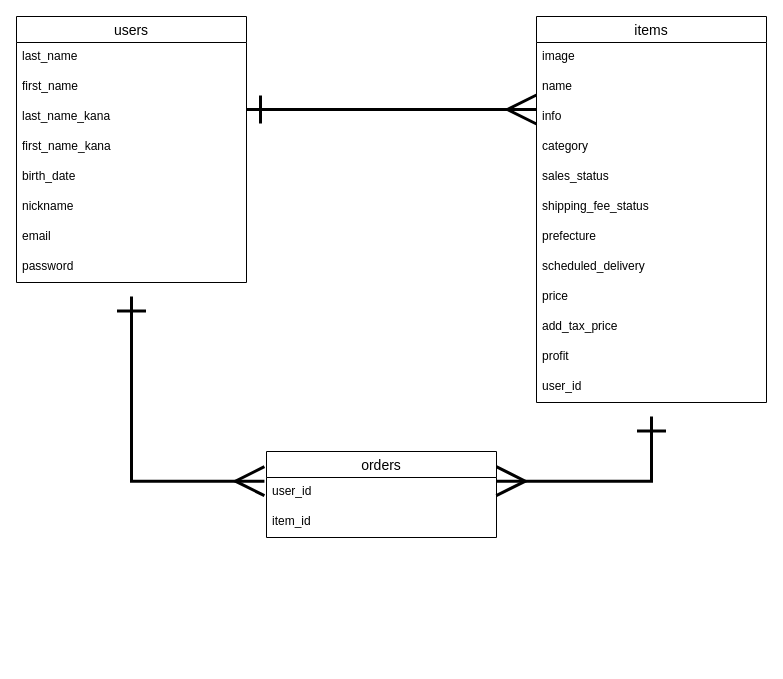
Earlier version of the draw.io diagram furima.dio (shiiizuuukaaa/furima-33391). Source tidied: cells renumbered, new cells numbered last; positions are measured from the earlier drawing's top-left corner, leaving out a move shared by most shapes. Both pictures are drawn from the tidied source at 100%, with x=0, y=0 at pixel (16, 16).
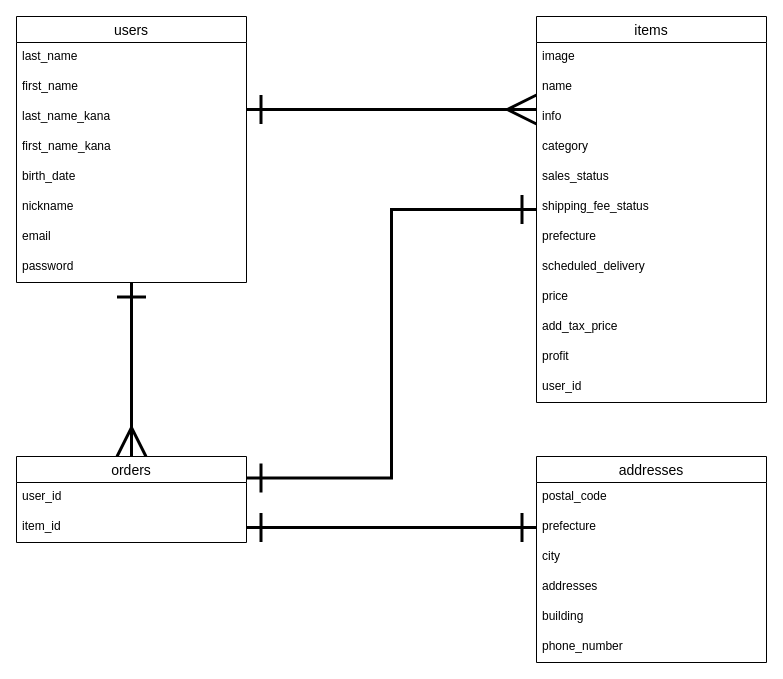
Above is the later version.

The change refers to these unchanged cells:
```xml
<mxCell id="3" value="users" style="swimlane;fontStyle=0;horizontal=1;startSize=26;align=center;fontSize=14;" parent="1" vertex="1">
  <mxGeometry width="230" height="266" as="geometry" />
</mxCell>
<mxCell id="13" value="items" style="swimlane;fontStyle=0;horizontal=1;startSize=26;align=center;fontSize=14;" parent="1" vertex="1">
  <mxGeometry x="520" width="230" height="386" as="geometry" />
</mxCell>
<mxCell id="27" value="user_id" style="text;spacingLeft=4;spacingRight=4;overflow=hidden;points=[[0,0.5],[1,0.5]];portConstraint=eastwest;fontSize=12;verticalAlign=top;" parent="26" vertex="1">
  <mxGeometry y="26" width="230" height="30" as="geometry" />
</mxCell>
<mxCell id="28" value="item_id" style="text;spacingLeft=4;spacingRight=4;overflow=hidden;points=[[0,0.5],[1,0.5]];portConstraint=eastwest;fontSize=12;verticalAlign=top;" parent="26" vertex="1">
  <mxGeometry y="56" width="230" height="30" as="geometry" />
</mxCell>
```

Change to the diagram source:
```diff
@@
-    <mxCell id="2" style="edgeStyle=orthogonalEdgeStyle;rounded=0;jumpSize=10;jettySize=auto;html=1;entryX=-0.009;entryY=0.122;entryDx=0;entryDy=0;entryPerimeter=0;startArrow=ERone;startFill=0;startSize=25;sourcePerimeterSpacing=14;endArrow=ERmany;endFill=0;endSize=25;targetPerimeterSpacing=0;strokeWidth=3;" parent="1" edge="1" source="3" target="27">
-      <mxGeometry relative="1" as="geometry" />
-    </mxCell>
+    <mxCell id="30" style="edgeStyle=orthogonalEdgeStyle;rounded=0;jettySize=auto;html=1;entryX=0.5;entryY=0;entryDx=0;entryDy=0;endArrow=ERmany;endFill=0;strokeWidth=3;startArrow=ERone;startFill=0;endSize=25;startSize=25;" parent="1" edge="1" source="3" target="26">
+      <mxGeometry relative="1" as="geometry" />
+    </mxCell>
@@
-    <mxCell id="12" style="edgeStyle=orthogonalEdgeStyle;rounded=0;jumpSize=10;jettySize=auto;html=1;entryX=0.999;entryY=0.122;entryDx=0;entryDy=0;entryPerimeter=0;startArrow=ERone;startFill=0;startSize=25;sourcePerimeterSpacing=14;endArrow=ERmany;endFill=0;endSize=25;targetPerimeterSpacing=0;strokeWidth=3;" parent="1" edge="1" source="13" target="27">
-      <mxGeometry relative="1" as="geometry" />
-    </mxCell>
+    <mxCell id="31" style="edgeStyle=orthogonalEdgeStyle;rounded=0;jettySize=auto;html=1;entryX=1;entryY=0.25;entryDx=0;entryDy=0;startArrow=ERone;startFill=0;startSize=25;endArrow=ERone;endFill=0;endSize=25;strokeWidth=3;" parent="1" edge="1" source="13" target="26">
+      <mxGeometry relative="1" as="geometry" />
+    </mxCell>
@@
     <mxCell id="26" value="orders" style="swimlane;fontStyle=0;horizontal=1;startSize=26;align=center;fontSize=14;" parent="1" vertex="1">
-      <mxGeometry x="250" y="435" width="230" height="86" as="geometry" />
+      <mxGeometry y="440" width="230" height="86" as="geometry" />
     </mxCell>
@@
-    <mxCell id="29" style="edgeStyle=orthogonalEdgeStyle;rounded=0;orthogonalLoop=1;jettySize=auto;html=1;startArrow=ERone;startFill=0;endArrow=ERmany;endFill=0;strokeWidth=3;jumpSize=10;targetPerimeterSpacing=0;endSize=25;startSize=24;" parent="1" edge="1">
+    <mxCell id="29" style="edgeStyle=orthogonalEdgeStyle;rounded=0;orthogonalLoop=1;jettySize=auto;html=1;startArrow=ERone;startFill=0;endArrow=ERmany;endFill=0;strokeWidth=3;jumpSize=10;targetPerimeterSpacing=0;endSize=25;startSize=25;" parent="1" edge="1">
       <mxGeometry relative="1" as="geometry">
         <mxPoint x="230" y="93" as="sourcePoint" />
         <mxPoint x="520" y="93" as="targetPoint" />
       </mxGeometry>
     </mxCell>
+    <mxCell id="32" value="addresses" style="swimlane;fontStyle=0;horizontal=1;startSize=26;align=center;fontSize=14;" parent="1" vertex="1">
+      <mxGeometry x="520" y="440" width="230" height="206" as="geometry" />
+    </mxCell>
+    <mxCell id="33" value="postal_code" style="text;strokeColor=none;fillColor=none;spacingLeft=4;spacingRight=4;overflow=hidden;fontSize=12;" parent="32" vertex="1">
+      <mxGeometry y="26" width="230" height="30" as="geometry" />
+    </mxCell>
+    <mxCell id="34" value="prefecture" style="text;strokeColor=none;fillColor=none;spacingLeft=4;spacingRight=4;overflow=hidden;points=[[0,0.5],[1,0.5]];portConstraint=eastwest;fontSize=12;" parent="32" vertex="1">
+      <mxGeometry y="56" width="230" height="30" as="geometry" />
+    </mxCell>
+    <mxCell id="35" value="city" style="text;strokeColor=none;fillColor=none;spacingLeft=4;spacingRight=4;overflow=hidden;fontSize=12;" parent="32" vertex="1">
+      <mxGeometry y="86" width="230" height="30" as="geometry" />
+    </mxCell>
+    <mxCell id="36" value="addresses" style="text;strokeColor=none;fillColor=none;spacingLeft=4;spacingRight=4;overflow=hidden;fontSize=12;" parent="32" vertex="1">
+      <mxGeometry y="116" width="230" height="30" as="geometry" />
+    </mxCell>
+    <mxCell id="37" value="building" style="text;strokeColor=none;fillColor=none;spacingLeft=4;spacingRight=4;overflow=hidden;fontSize=12;" parent="32" vertex="1">
+      <mxGeometry y="146" width="230" height="30" as="geometry" />
+    </mxCell>
+    <mxCell id="38" value="phone_number" style="text;strokeColor=none;fillColor=none;spacingLeft=4;spacingRight=4;overflow=hidden;fontSize=12;" parent="32" vertex="1">
+      <mxGeometry y="176" width="230" height="30" as="geometry" />
+    </mxCell>
+    <mxCell id="39" style="edgeStyle=orthogonalEdgeStyle;rounded=0;jettySize=auto;html=1;exitX=1;exitY=0.5;exitDx=0;exitDy=0;startArrow=ERone;startFill=0;startSize=25;endArrow=ERone;endFill=0;endSize=25;strokeWidth=3;" parent="1" edge="1" source="28" target="34">
+      <mxGeometry relative="1" as="geometry" />
+    </mxCell>
```
